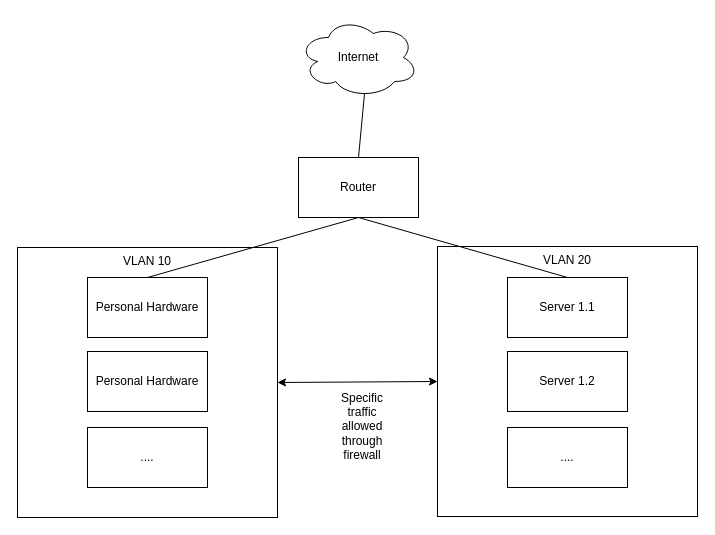
Above: .attachements/Network-Diagram.drawio in Fauli/self-hosting (draw.io), before the change. Source tidied: cells renumbered, new cells numbered last; positions are measured from the earlier drawing's top-left corner, leaving out a move shared by most shapes. Both pictures are drawn from the tidied source at 100%, with x=0, y=0 at pixel (17, 17).
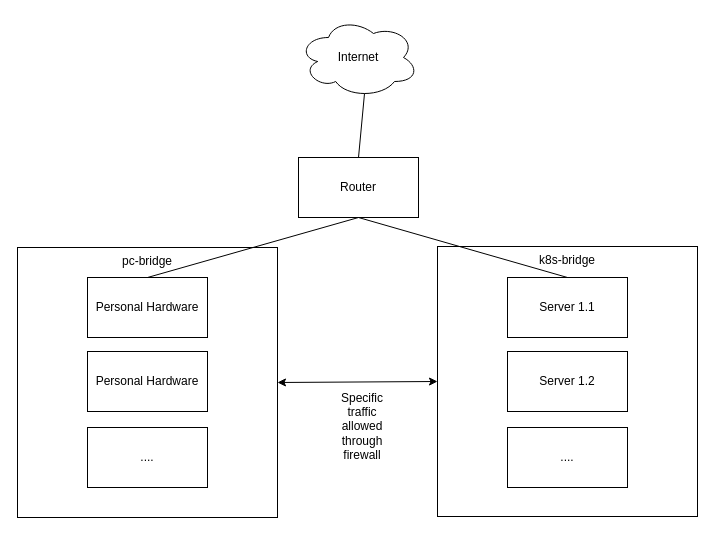
After the change.

Commit message (it also covers changes not shown here):
move from VLAN to bridges

The edit, as a diff of the source:
```diff
@@
 <mxGraphModel>
   <root>
     <mxCell id="0" />
     <mxCell id="1" parent="0" />
     <mxCell id="2" value="Router" style="rounded=0;whiteSpace=wrap;html=1;" parent="1" vertex="1">
       <mxGeometry x="281" y="140" width="120" height="60" as="geometry" />
     </mxCell>
     <mxCell id="3" value="&lt;div&gt;Internet&lt;/div&gt;" style="ellipse;shape=cloud;whiteSpace=wrap;html=1;" parent="1" vertex="1">
       <mxGeometry x="281" width="120" height="80" as="geometry" />
     </mxCell>
-    <mxCell id="4" value="VLAN 10" style="rounded=0;whiteSpace=wrap;html=1;verticalAlign=top;" parent="1" vertex="1">
+    <mxCell id="4" value="pc-bridge" style="rounded=0;whiteSpace=wrap;html=1;verticalAlign=top;" parent="1" vertex="1">
       <mxGeometry y="230" width="260" height="270" as="geometry" />
     </mxCell>
-    <mxCell id="5" value="&lt;div&gt;VLAN 20&lt;br&gt;&lt;/div&gt;" style="rounded=0;whiteSpace=wrap;html=1;align=center;verticalAlign=top;" parent="1" vertex="1">
+    <mxCell id="5" value="k8s-bridge" style="rounded=0;whiteSpace=wrap;html=1;align=center;verticalAlign=top;" parent="1" vertex="1">
       <mxGeometry x="420" y="229" width="260" height="270" as="geometry" />
     </mxCell>
     <mxCell id="6" value="Personal Hardware" style="rounded=0;whiteSpace=wrap;html=1;" parent="1" vertex="1">
       <mxGeometry x="70" y="334" width="120" height="60" as="geometry" />
     </mxCell>
     <mxCell id="7" value="Server 1.1" style="rounded=0;whiteSpace=wrap;html=1;" parent="1" vertex="1">
       <mxGeometry x="490" y="260" width="120" height="60" as="geometry" />
     </mxCell>
     <mxCell id="8" value="Personal Hardware" style="rounded=0;whiteSpace=wrap;html=1;" parent="1" vertex="1">
       <mxGeometry x="70" y="260" width="120" height="60" as="geometry" />
     </mxCell>
     <mxCell id="9" value="Server 1.2" style="rounded=0;whiteSpace=wrap;html=1;" parent="1" vertex="1">
       <mxGeometry x="490" y="334" width="120" height="60" as="geometry" />
     </mxCell>
     <mxCell id="10" value="&lt;div&gt;....&lt;/div&gt;" style="rounded=0;whiteSpace=wrap;html=1;" parent="1" vertex="1">
       <mxGeometry x="490" y="410" width="120" height="60" as="geometry" />
     </mxCell>
     <mxCell id="11" value="...." style="rounded=0;whiteSpace=wrap;html=1;" parent="1" vertex="1">
       <mxGeometry x="70" y="410" width="120" height="60" as="geometry" />
     </mxCell>
     <mxCell id="12" style="endArrow=classic;startArrow=classic;html=1;rounded=0;exitX=1;exitY=0.5;exitDx=0;exitDy=0;entryX=0;entryY=0.5;entryDx=0;entryDy=0;" parent="1" edge="1" source="4" target="5">
       <mxGeometry relative="1" as="geometry" />
     </mxCell>
     <mxCell id="13" value="Specific traffic allowed through firewall" style="text;html=1;align=center;verticalAlign=middle;whiteSpace=wrap;rounded=0;" parent="1" vertex="1">
       <mxGeometry x="315" y="394" width="60" height="30" as="geometry" />
     </mxCell>
     <mxCell id="14" style="endArrow=none;html=1;rounded=0;entryX=0.55;entryY=0.95;entryDx=0;entryDy=0;entryPerimeter=0;exitX=0.5;exitY=0;exitDx=0;exitDy=0;" parent="1" edge="1" source="2" target="3">
       <mxGeometry relative="1" as="geometry" />
     </mxCell>
     <mxCell id="15" style="endArrow=none;html=1;rounded=0;exitX=0.5;exitY=0;exitDx=0;exitDy=0;entryX=0.5;entryY=1;entryDx=0;entryDy=0;" parent="1" edge="1" source="8" target="2">
       <mxGeometry relative="1" as="geometry" />
     </mxCell>
     <mxCell id="16" style="endArrow=none;html=1;rounded=0;entryX=0.5;entryY=1;entryDx=0;entryDy=0;exitX=0.5;exitY=0;exitDx=0;exitDy=0;" parent="1" edge="1" source="7" target="2">
       <mxGeometry relative="1" as="geometry" />
     </mxCell>
   </root>
 </mxGraphModel>
```
